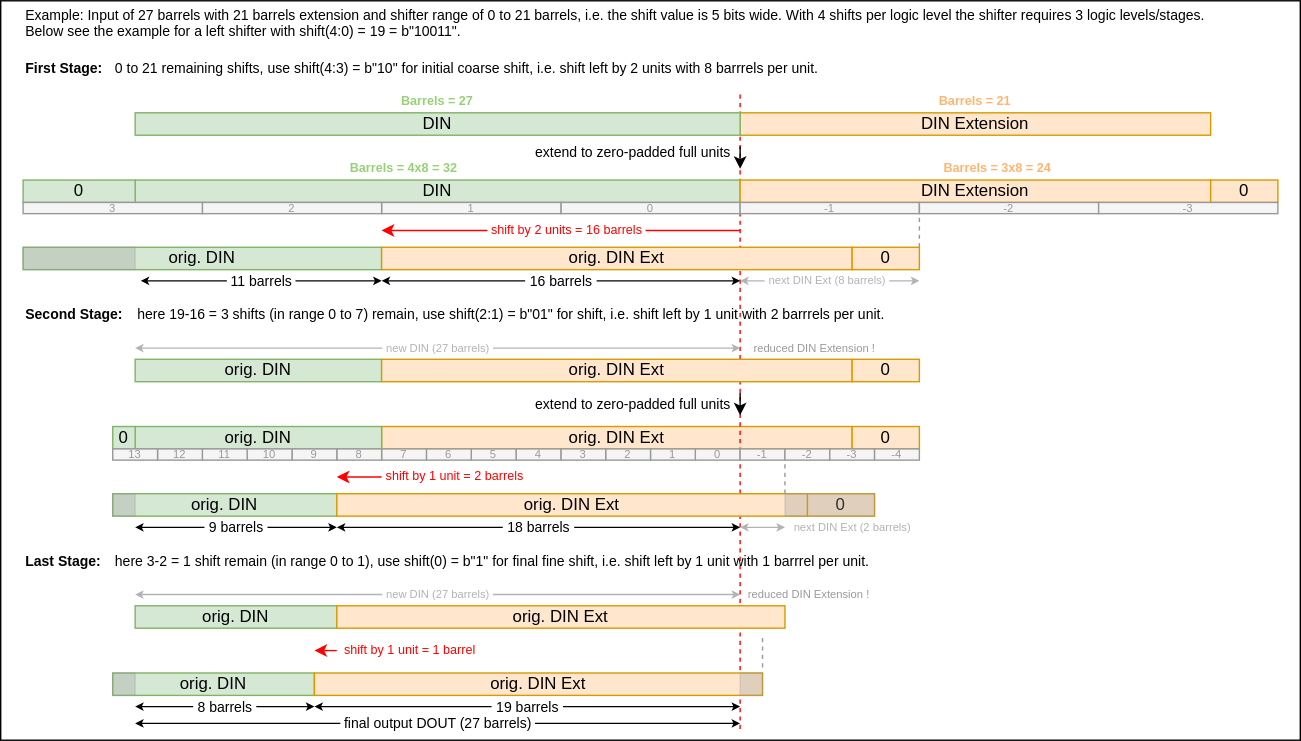
Fixitfetish/fpga_potpourri keeps this draw.io diagram as doc/baselib/svg/barrelshifter_example.drawio.svg. Above is the earlier version. Source tidied: cells renumbered, new cells last; positions are measured from the earlier drawing's top-left corner, leaving out a move shared by most shapes.
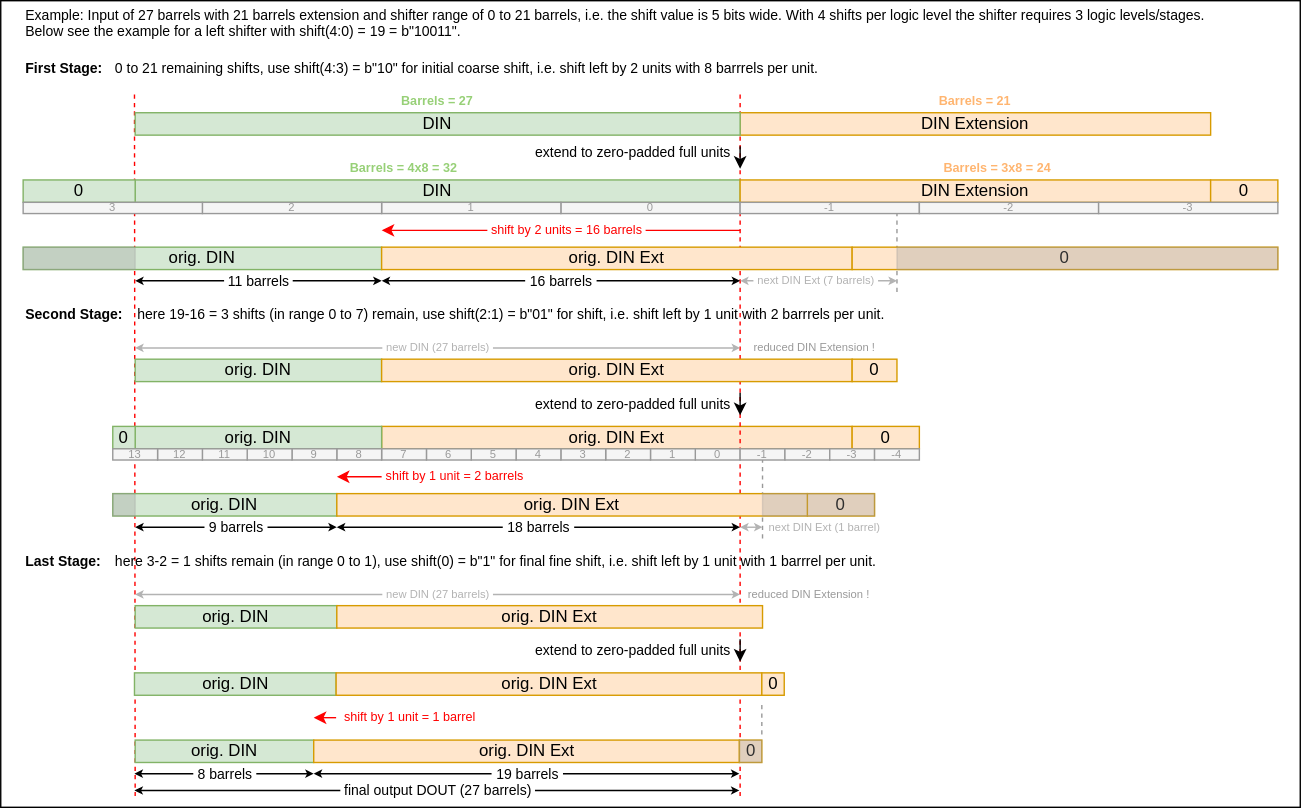
Later version of the same file.

Commit message:
barrelshifter: corrections and improvements

What changed in the source:
```diff
@@ -3,8 +3,26 @@
     <mxCell id="0" />
     <mxCell id="1" parent="0" />
     <mxCell id="2" style="rounded=0;whiteSpace=wrap;html=1;" parent="1" vertex="1">
-      <mxGeometry width="928" height="528" as="geometry" />
+      <mxGeometry width="928" height="576" as="geometry" />
     </mxCell>
+    <mxCell id="91" style="endArrow=none;dashed=1;html=1;rounded=0;strokeColor=#FF0000;fontSize=10;fontColor=#000000;" parent="1" edge="1">
+      <mxGeometry relative="1" as="geometry">
+        <mxPoint x="96" y="568" as="sourcePoint" />
+        <mxPoint x="95.5" y="64" as="targetPoint" />
+      </mxGeometry>
+    </mxCell>
+    <mxCell id="86" style="endArrow=none;dashed=1;html=1;rounded=0;strokeColor=#999999;fontSize=10;fontColor=#000000;startSize=3;endSize=3;" parent="1" edge="1">
+      <mxGeometry relative="1" as="geometry">
+        <mxPoint x="544" y="384" as="sourcePoint" />
+        <mxPoint x="544" y="328" as="targetPoint" />
+      </mxGeometry>
+    </mxCell>
+    <mxCell id="87" style="endArrow=none;dashed=1;html=1;rounded=0;strokeColor=#999999;fontSize=10;fontColor=#000000;startSize=3;endSize=3;" parent="1" edge="1">
+      <mxGeometry relative="1" as="geometry">
+        <mxPoint x="640" y="208" as="sourcePoint" />
+        <mxPoint x="640" y="152" as="targetPoint" />
+      </mxGeometry>
+    </mxCell>
     <mxCell id="3" value="orig. DIN" style="rounded=0;whiteSpace=wrap;html=1;fillColor=#d5e8d4;strokeColor=#82b366;" parent="1" vertex="1">
       <mxGeometry x="80" y="352" width="160" height="16" as="geometry" />
     </mxCell>
@@ -16,7 +34,7 @@
     </mxCell>
     <mxCell id="6" style="endArrow=none;dashed=1;html=1;rounded=0;strokeColor=#FF0000;fontSize=10;fontColor=#000000;" parent="1" edge="1">
       <mxGeometry relative="1" as="geometry">
-        <mxPoint x="528" y="520" as="sourcePoint" />
+        <mxPoint x="528" y="568" as="sourcePoint" />
         <mxPoint x="528" y="64" as="targetPoint" />
       </mxGeometry>
     </mxCell>
@@ -84,7 +102,7 @@
       <mxGeometry x="272" y="176" width="336" height="16" as="geometry" />
     </mxCell>
     <mxCell id="27" value="0" style="rounded=0;whiteSpace=wrap;html=1;fillColor=#ffe6cc;strokeColor=#d79b00;" parent="1" vertex="1">
-      <mxGeometry x="608" y="176" width="48" height="16" as="geometry" />
+      <mxGeometry x="608" y="176" width="304" height="16" as="geometry" />
     </mxCell>
     <mxCell id="28" value="&amp;nbsp;shift by 1 unit = 2 barrels&amp;nbsp;" style="endArrow=classic;html=1;rounded=0;fontSize=9;fontColor=#FF0000;strokeColor=#FF0000;" parent="1" edge="1">
       <mxGeometry x="-1" y="-52" relative="1" as="geometry">
@@ -174,14 +192,14 @@
         <mxPoint x="528" y="248" as="targetPoint" />
       </mxGeometry>
     </mxCell>
-    <mxCell id="55" value="&amp;nbsp;next DIN Ext (8 barrels)&amp;nbsp;" style="endArrow=classic;startArrow=classic;html=1;rounded=0;strokeColor=#B3B3B3;fontSize=8;fontColor=#B3B3B3;startSize=3;endSize=3;" parent="1" edge="1">
+    <mxCell id="55" value="&amp;nbsp;next DIN Ext (7 barrels)&amp;nbsp;" style="endArrow=classic;startArrow=classic;html=1;rounded=0;strokeColor=#B3B3B3;fontSize=8;fontColor=#B3B3B3;startSize=3;endSize=3;" parent="1" edge="1">
       <mxGeometry x="-0.03" relative="1" as="geometry">
         <mxPoint x="528" y="200" as="sourcePoint" />
-        <mxPoint x="656" y="200" as="targetPoint" />
+        <mxPoint x="640" y="200" as="targetPoint" />
       </mxGeometry>
     </mxCell>
     <mxCell id="56" value="0" style="rounded=0;whiteSpace=wrap;html=1;fillColor=#ffe6cc;strokeColor=#d79b00;" parent="1" vertex="1">
-      <mxGeometry x="608" y="256" width="48" height="16" as="geometry" />
+      <mxGeometry x="608" y="256" width="32" height="16" as="geometry" />
     </mxCell>
     <mxCell id="57" value="-4" style="rounded=0;whiteSpace=wrap;html=1;fontSize=8;fontColor=#999999;fillColor=#f5f5f5;strokeColor=#999999;" parent="1" vertex="1">
       <mxGeometry x="624" y="320" width="32" height="8" as="geometry" />
@@ -217,9 +235,9 @@
       <mxGeometry x="96" y="432" width="144" height="16" as="geometry" />
     </mxCell>
     <mxCell id="66" value="orig. DIN Ext" style="rounded=0;whiteSpace=wrap;html=1;fillColor=#ffe6cc;strokeColor=#d79b00;" parent="1" vertex="1">
-      <mxGeometry x="240" y="432" width="320" height="16" as="geometry" />
+      <mxGeometry x="240" y="432" width="304" height="16" as="geometry" />
     </mxCell>
-    <mxCell id="67" value="&lt;div style=&quot;&quot;&gt;here 3-2 = 1 shift remain (in range 0 to 1), use shift(0) = b&quot;1&quot; for final fine shift, i.e. shift left by 1 unit with 1 barrrel per unit.&amp;nbsp;&lt;/div&gt;" style="text;html=1;strokeColor=none;fillColor=none;align=left;verticalAlign=middle;whiteSpace=wrap;rounded=0;fontSize=10;fontColor=#000000;fontStyle=0;" parent="1" vertex="1">
+    <mxCell id="67" value="&lt;div style=&quot;&quot;&gt;here 3-2 = 1 shifts remain (in range 0 to 1), use shift(0) = b&quot;1&quot; for final fine shift, i.e. shift left by 1 unit with 1 barrrel per unit.&amp;nbsp;&lt;/div&gt;" style="text;html=1;strokeColor=none;fillColor=none;align=left;verticalAlign=middle;whiteSpace=wrap;rounded=0;fontSize=10;fontColor=#000000;fontStyle=0;" parent="1" vertex="1">
       <mxGeometry x="80" y="392" width="592" height="16" as="geometry" />
     </mxCell>
     <mxCell id="68" value="&lt;div style=&quot;&quot;&gt;Last Stage:&lt;/div&gt;" style="text;html=1;strokeColor=none;fillColor=none;align=left;verticalAlign=middle;whiteSpace=wrap;rounded=0;fontSize=10;fontColor=#000000;fontStyle=1;" parent="1" vertex="1">
@@ -231,33 +249,30 @@
         <mxPoint x="528" y="424" as="targetPoint" />
       </mxGeometry>
     </mxCell>
-    <mxCell id="70" value="&amp;nbsp;next DIN Ext (2 barrels)&amp;nbsp;" style="endArrow=classic;startArrow=classic;html=1;rounded=0;strokeColor=#B3B3B3;fontSize=8;fontColor=#B3B3B3;startSize=3;endSize=3;" parent="1" edge="1">
-      <mxGeometry x="1" y="48" relative="1" as="geometry">
+    <mxCell id="70" value="&amp;nbsp;next DIN Ext (1 barrel)&amp;nbsp;" style="endArrow=classic;startArrow=classic;html=1;rounded=0;strokeColor=#B3B3B3;fontSize=8;fontColor=#B3B3B3;startSize=3;endSize=3;" parent="1" edge="1">
+      <mxGeometry x="1" y="44" relative="1" as="geometry">
         <mxPoint x="528" y="376" as="sourcePoint" />
-        <mxPoint x="560" y="376" as="targetPoint" />
-        <mxPoint x="48" y="48" as="offset" />
+        <mxPoint x="544" y="376" as="targetPoint" />
+        <mxPoint x="44" y="44" as="offset" />
       </mxGeometry>
     </mxCell>
     <mxCell id="71" value="orig. DIN" style="rounded=0;whiteSpace=wrap;html=1;fillColor=#d5e8d4;strokeColor=#82b366;" parent="1" vertex="1">
-      <mxGeometry x="80" y="480" width="144" height="16" as="geometry" />
+      <mxGeometry x="96" y="528" width="127.5" height="16" as="geometry" />
     </mxCell>
     <mxCell id="72" value="orig. DIN Ext" style="rounded=0;whiteSpace=wrap;html=1;fillColor=#ffe6cc;strokeColor=#d79b00;" parent="1" vertex="1">
-      <mxGeometry x="224" y="480" width="320" height="16" as="geometry" />
+      <mxGeometry x="223.5" y="528" width="304" height="16" as="geometry" />
     </mxCell>
     <mxCell id="73" value="&amp;nbsp;shift by 1 unit = 1 barrel&amp;nbsp;" style="endArrow=classic;html=1;rounded=0;fontSize=9;fontColor=#FF0000;strokeColor=#FF0000;" parent="1" edge="1">
       <mxGeometry x="-1" y="-52" relative="1" as="geometry">
-        <mxPoint x="240" y="464" as="sourcePoint" />
-        <mxPoint x="224" y="464" as="targetPoint" />
+        <mxPoint x="239.5" y="512" as="sourcePoint" />
+        <mxPoint x="223.5" y="512" as="targetPoint" />
         <mxPoint x="52" y="52" as="offset" />
       </mxGeometry>
     </mxCell>
-    <mxCell id="74" style="rounded=0;whiteSpace=wrap;html=1;strokeColor=#999999;fontSize=8;fontColor=#FF0000;fillStyle=auto;fillColor=#999999;strokeWidth=1;perimeterSpacing=0;opacity=30;" parent="1" vertex="1">
-      <mxGeometry x="80" y="480" width="16" height="16" as="geometry" />
-    </mxCell>
     <mxCell id="75" value="&amp;nbsp;final output DOUT (27 barrels)&amp;nbsp;" style="endArrow=classic;startArrow=classic;html=1;rounded=0;strokeColor=#000000;fontSize=10;fontColor=#000000;startSize=3;endSize=3;" parent="1" edge="1">
       <mxGeometry relative="1" as="geometry">
-        <mxPoint x="96" y="516" as="sourcePoint" />
-        <mxPoint x="528" y="516" as="targetPoint" />
+        <mxPoint x="95.5" y="564" as="sourcePoint" />
+        <mxPoint x="527.5" y="564" as="targetPoint" />
       </mxGeometry>
     </mxCell>
     <mxCell id="76" value="orig. DIN Ext" style="rounded=0;whiteSpace=wrap;html=1;fillColor=#ffe6cc;strokeColor=#d79b00;" parent="1" vertex="1">
@@ -266,19 +281,16 @@
     <mxCell id="77" value="&lt;div style=&quot;&quot;&gt;extend to zero-padded full units&lt;/div&gt;" style="text;html=1;strokeColor=none;fillColor=none;align=left;verticalAlign=middle;whiteSpace=wrap;rounded=0;fontSize=10;fontColor=#000000;fontStyle=0;" parent="1" vertex="1">
       <mxGeometry x="380" y="280" width="144" height="16" as="geometry" />
     </mxCell>
-    <mxCell id="78" style="rounded=0;whiteSpace=wrap;html=1;strokeColor=#999999;fontSize=8;fontColor=#FF0000;fillStyle=auto;fillColor=#999999;strokeWidth=1;perimeterSpacing=0;opacity=30;" parent="1" vertex="1">
-      <mxGeometry x="528" y="480" width="16" height="16" as="geometry" />
-    </mxCell>
     <mxCell id="79" value="&amp;nbsp;19 barrels&amp;nbsp;" style="endArrow=classic;startArrow=classic;html=1;rounded=0;strokeColor=#000000;fontSize=10;fontColor=#000000;startSize=3;endSize=3;" parent="1" edge="1">
       <mxGeometry relative="1" as="geometry">
-        <mxPoint x="224" y="504" as="sourcePoint" />
-        <mxPoint x="528" y="504" as="targetPoint" />
+        <mxPoint x="223.5" y="552" as="sourcePoint" />
+        <mxPoint x="527.5" y="552" as="targetPoint" />
       </mxGeometry>
     </mxCell>
     <mxCell id="80" value="&amp;nbsp;8 barrels&amp;nbsp;" style="endArrow=classic;startArrow=classic;html=1;rounded=0;strokeColor=#000000;fontSize=10;fontColor=#000000;startSize=3;endSize=3;" parent="1" edge="1">
       <mxGeometry relative="1" as="geometry">
-        <mxPoint x="96" y="504" as="sourcePoint" />
-        <mxPoint x="224" y="504" as="targetPoint" />
+        <mxPoint x="95.5" y="552" as="sourcePoint" />
+        <mxPoint x="223.5" y="552" as="targetPoint" />
       </mxGeometry>
     </mxCell>
     <mxCell id="81" value="&amp;nbsp;18 barrels&amp;nbsp;" style="endArrow=classic;startArrow=classic;html=1;rounded=0;strokeColor=#000000;fontSize=10;fontColor=#000000;startSize=3;endSize=3;" parent="1" edge="1">
@@ -301,29 +313,17 @@
     </mxCell>
     <mxCell id="84" value="&amp;nbsp;11 barrels&amp;nbsp;" style="endArrow=classic;startArrow=classic;html=1;rounded=0;strokeColor=#000000;fontSize=10;fontColor=#000000;startSize=3;endSize=3;" parent="1" edge="1">
       <mxGeometry relative="1" as="geometry">
-        <mxPoint x="100" y="200" as="sourcePoint" />
+        <mxPoint x="96" y="200" as="sourcePoint" />
         <mxPoint x="272" y="200" as="targetPoint" />
       </mxGeometry>
     </mxCell>
     <mxCell id="85" style="rounded=0;whiteSpace=wrap;html=1;strokeColor=#999999;fontSize=8;fontColor=#FF0000;fillStyle=auto;fillColor=#999999;strokeWidth=1;perimeterSpacing=0;opacity=30;" parent="1" vertex="1">
-      <mxGeometry x="560" y="352" width="64" height="16" as="geometry" />
+      <mxGeometry x="544" y="352" width="80" height="16" as="geometry" />
     </mxCell>
-    <mxCell id="86" style="endArrow=none;dashed=1;html=1;rounded=0;strokeColor=#999999;fontSize=10;fontColor=#000000;startSize=3;endSize=3;" parent="1" edge="1">
-      <mxGeometry relative="1" as="geometry">
-        <mxPoint x="560" y="352" as="sourcePoint" />
-        <mxPoint x="560" y="328" as="targetPoint" />
-      </mxGeometry>
-    </mxCell>
-    <mxCell id="87" style="endArrow=none;dashed=1;html=1;rounded=0;strokeColor=#999999;fontSize=10;fontColor=#000000;startSize=3;endSize=3;" parent="1" edge="1">
-      <mxGeometry relative="1" as="geometry">
-        <mxPoint x="656" y="176" as="sourcePoint" />
-        <mxPoint x="656" y="152" as="targetPoint" />
-      </mxGeometry>
-    </mxCell>
     <mxCell id="88" style="endArrow=none;dashed=1;html=1;rounded=0;strokeColor=#999999;fontSize=10;fontColor=#000000;startSize=3;endSize=3;" parent="1" edge="1">
       <mxGeometry x="-1" y="-165" relative="1" as="geometry">
-        <mxPoint x="544" y="476" as="sourcePoint" />
-        <mxPoint x="544" y="452" as="targetPoint" />
+        <mxPoint x="543.5" y="524" as="sourcePoint" />
+        <mxPoint x="543.5" y="500" as="targetPoint" />
         <mxPoint x="-21" y="80" as="offset" />
       </mxGeometry>
     </mxCell>
@@ -333,5 +333,32 @@
     <mxCell id="90" value="&lt;div style=&quot;font-size: 8px;&quot;&gt;reduced DIN Extension !&lt;/div&gt;" style="text;html=1;strokeColor=none;fillColor=none;align=left;verticalAlign=middle;whiteSpace=wrap;rounded=0;fontSize=8;fontColor=#999999;fontStyle=0;" parent="1" vertex="1">
       <mxGeometry x="532" y="416" width="96" height="16" as="geometry" />
     </mxCell>
+    <mxCell id="92" style="rounded=0;whiteSpace=wrap;html=1;strokeColor=#999999;fontSize=8;fontColor=#FF0000;fillStyle=auto;fillColor=#999999;strokeWidth=1;perimeterSpacing=0;opacity=30;" parent="1" vertex="1">
+      <mxGeometry x="640" y="176" width="272" height="16" as="geometry" />
+    </mxCell>
+    <mxCell id="93" value="0" style="rounded=0;whiteSpace=wrap;html=1;fillColor=#ffe6cc;strokeColor=#d79b00;" parent="1" vertex="1">
+      <mxGeometry x="527.5" y="528" width="16" height="16" as="geometry" />
+    </mxCell>
+    <mxCell id="78" style="rounded=0;whiteSpace=wrap;html=1;strokeColor=#999999;fontSize=8;fontColor=#FF0000;fillStyle=auto;fillColor=#999999;strokeWidth=1;perimeterSpacing=0;opacity=30;" parent="1" vertex="1">
+      <mxGeometry x="527.5" y="528" width="16" height="16" as="geometry" />
+    </mxCell>
+    <mxCell id="94" value="orig. DIN" style="rounded=0;whiteSpace=wrap;html=1;fillColor=#d5e8d4;strokeColor=#82b366;" parent="1" vertex="1">
+      <mxGeometry x="95.5" y="480" width="144" height="16" as="geometry" />
+    </mxCell>
+    <mxCell id="95" value="orig. DIN Ext" style="rounded=0;whiteSpace=wrap;html=1;fillColor=#ffe6cc;strokeColor=#d79b00;" parent="1" vertex="1">
+      <mxGeometry x="239.5" y="480" width="304" height="16" as="geometry" />
+    </mxCell>
+    <mxCell id="96" value="0" style="rounded=0;whiteSpace=wrap;html=1;fillColor=#ffe6cc;strokeColor=#d79b00;" parent="1" vertex="1">
+      <mxGeometry x="543.5" y="480" width="16" height="16" as="geometry" />
+    </mxCell>
+    <mxCell id="97" style="endArrow=classic;html=1;rounded=0;fontSize=9;fontColor=#007FFF;" parent="1" edge="1">
+      <mxGeometry relative="1" as="geometry">
+        <mxPoint x="528" y="456" as="sourcePoint" />
+        <mxPoint x="528" y="472" as="targetPoint" />
+      </mxGeometry>
+    </mxCell>
+    <mxCell id="98" value="&lt;div style=&quot;&quot;&gt;extend to zero-padded full units&lt;/div&gt;" style="text;html=1;strokeColor=none;fillColor=none;align=left;verticalAlign=middle;whiteSpace=wrap;rounded=0;fontSize=10;fontColor=#000000;fontStyle=0;" parent="1" vertex="1">
+      <mxGeometry x="380" y="456" width="144" height="16" as="geometry" />
+    </mxCell>
   </root>
 </mxGraphModel>
```
